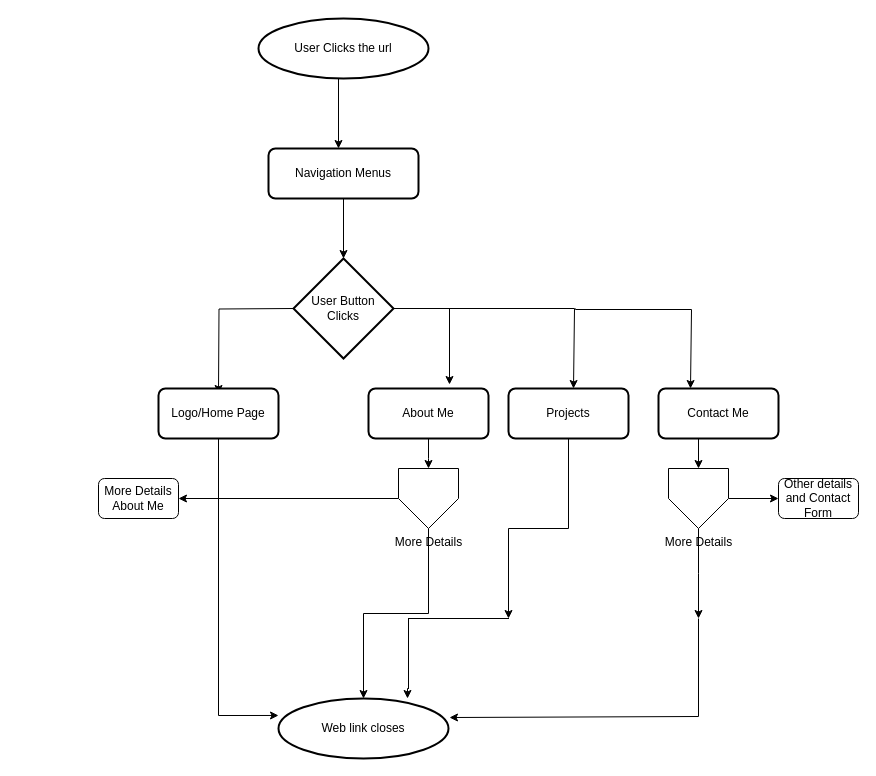
Before: Assets/workflow/my.drawio in SamuelOkoduwa/alx_capstone_project, a draw.io diagram. Source tidied: cells renumbered, new cells numbered last; positions are measured from the earlier drawing's top-left corner, leaving out a move shared by most shapes. Both pictures are drawn from the tidied source at 100%, with x=0, y=0 at pixel (98, 18).
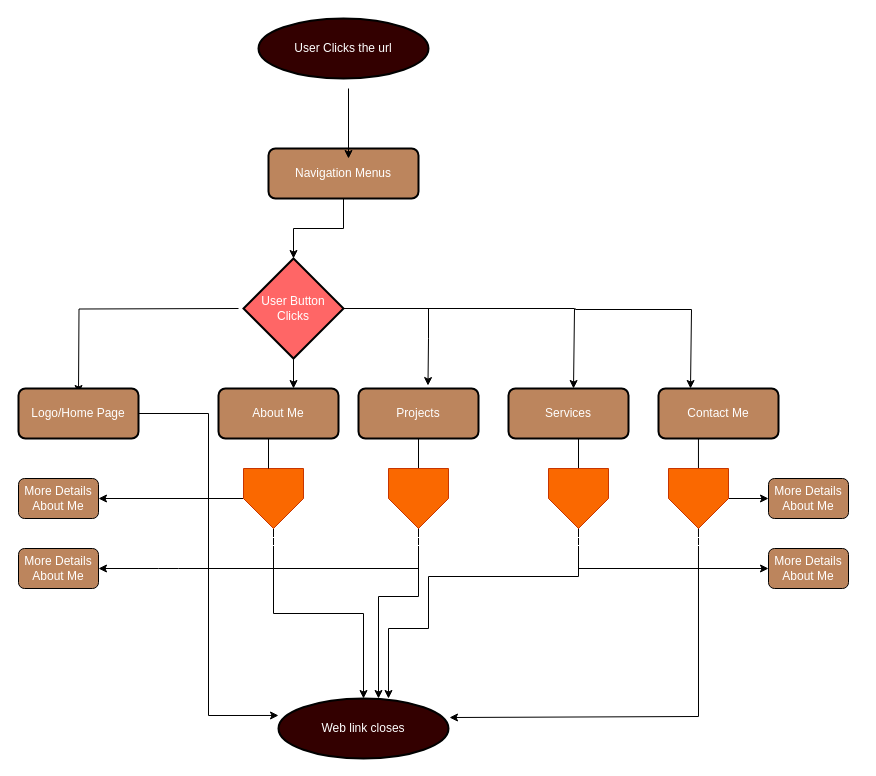
The same diagram, later.

The edit, as a diff of the source:
```diff
@@
     <mxCell id="2" style="edgeStyle=orthogonalEdgeStyle;rounded=0;orthogonalLoop=1;jettySize=auto;html=1;" parent="1" edge="1">
       <mxGeometry relative="1" as="geometry">
-        <mxPoint x="195" y="290" as="sourcePoint" />
-        <mxPoint x="120" y="375" as="targetPoint" />
+        <mxPoint x="140" y="290" as="sourcePoint" />
+        <mxPoint x="-20" y="375" as="targetPoint" />
       </mxGeometry>
     </mxCell>
-    <mxCell id="3" style="edgeStyle=orthogonalEdgeStyle;rounded=0;orthogonalLoop=1;jettySize=auto;html=1;" parent="1" edge="1">
+    <mxCell id="3" style="edgeStyle=orthogonalEdgeStyle;rounded=0;jettySize=auto;html=1;entryX=0.579;entryY=-0.059;entryDx=0;entryDy=0;entryPerimeter=0;" parent="1" edge="1" target="33">
       <mxGeometry relative="1" as="geometry">
-        <mxPoint x="240" y="60" as="sourcePoint" />
-        <mxPoint x="240" y="130" as="targetPoint" />
+        <mxPoint x="330" y="290" as="sourcePoint" />
+        <Array as="points">
+          <mxPoint x="330" y="320" />
+        </Array>
       </mxGeometry>
     </mxCell>
@@
-    <mxCell id="5" value="Navigation Menus" style="rounded=1;whiteSpace=wrap;html=1;absoluteArcSize=1;arcSize=14;strokeWidth=2;" parent="1" vertex="1">
+    <mxCell id="5" value="&lt;font color=&quot;#ffffff&quot;&gt;Navigation Menus&lt;/font&gt;" style="rounded=1;whiteSpace=wrap;html=1;absoluteArcSize=1;arcSize=14;strokeWidth=2;fillColor=#BC855D;" parent="1" vertex="1">
       <mxGeometry x="170" y="130" width="150" height="50" as="geometry" />
     </mxCell>
@@
-    <mxCell id="7" style="edgeStyle=orthogonalEdgeStyle;rounded=0;orthogonalLoop=1;jettySize=auto;html=1;" parent="1" edge="1">
+    <mxCell id="7" style="edgeStyle=orthogonalEdgeStyle;rounded=0;jettySize=auto;html=1;exitX=1;exitY=0.5;exitDx=0;exitDy=0;exitPerimeter=0;" parent="1" edge="1" source="9">
       <mxGeometry relative="1" as="geometry">
-        <mxPoint x="350" y="290" as="sourcePoint" />
         <mxPoint x="475" y="370" as="targetPoint" />
         <Array as="points">
           <mxPoint x="476" y="290" />
         </Array>
       </mxGeometry>
     </mxCell>
-    <mxCell id="8" style="edgeStyle=orthogonalEdgeStyle;rounded=0;jettySize=auto;html=1;entryX=0.675;entryY=-0.08;entryDx=0;entryDy=0;entryPerimeter=0;" parent="1" edge="1" source="9" target="12">
-      <mxGeometry relative="1" as="geometry">
-        <Array as="points">
-          <mxPoint x="351" y="290" />
-        </Array>
-      </mxGeometry>
-    </mxCell>
+    <mxCell id="32" style="edgeStyle=none;html=1;entryX=0.542;entryY=0.2;entryDx=0;entryDy=0;entryPerimeter=0;exitX=0.5;exitY=1;exitDx=0;exitDy=0;exitPerimeter=0;" parent="1" edge="1" source="9">
+      <mxGeometry relative="1" as="geometry">
+        <mxPoint x="195" y="370" as="targetPoint" />
+      </mxGeometry>
+    </mxCell>
-    <mxCell id="9" value="User Button Clicks" style="strokeWidth=2;html=1;shape=mxgraph.flowchart.decision;whiteSpace=wrap;" parent="1" vertex="1">
-      <mxGeometry x="195" y="240" width="100" height="100" as="geometry" />
+    <mxCell id="9" value="&lt;font color=&quot;#ffffff&quot;&gt;User Button Clicks&lt;/font&gt;" style="strokeWidth=2;html=1;shape=mxgraph.flowchart.decision;whiteSpace=wrap;fillColor=#FF6666;" parent="1" vertex="1">
+      <mxGeometry x="145" y="240" width="100" height="100" as="geometry" />
     </mxCell>
-    <mxCell id="10" value="Logo/Home Page" style="rounded=1;whiteSpace=wrap;html=1;absoluteArcSize=1;arcSize=14;strokeWidth=2;" parent="1" vertex="1">
-      <mxGeometry x="60" y="370" width="120" height="50" as="geometry" />
+    <mxCell id="10" value="&lt;font color=&quot;#ffffff&quot;&gt;Logo/Home Page&lt;/font&gt;" style="rounded=1;whiteSpace=wrap;html=1;absoluteArcSize=1;arcSize=14;strokeWidth=2;fillColor=#BC855D;" parent="1" vertex="1">
+      <mxGeometry x="-80" y="370" width="120" height="50" as="geometry" />
     </mxCell>
-    <mxCell id="11" style="edgeStyle=orthogonalEdgeStyle;rounded=0;jettySize=auto;html=1;" parent="1" edge="1" source="12">
-      <mxGeometry relative="1" as="geometry">
-        <mxPoint x="330" y="450" as="targetPoint" />
-      </mxGeometry>
-    </mxCell>
-    <mxCell id="12" value="About Me" style="rounded=1;whiteSpace=wrap;html=1;absoluteArcSize=1;arcSize=14;strokeWidth=2;" parent="1" vertex="1">
-      <mxGeometry x="270" y="370" width="120" height="50" as="geometry" />
+    <mxCell id="12" value="&lt;font color=&quot;#ffffff&quot;&gt;About Me&lt;/font&gt;" style="rounded=1;whiteSpace=wrap;html=1;absoluteArcSize=1;arcSize=14;strokeWidth=2;fillColor=#BC855D;" parent="1" vertex="1">
+      <mxGeometry x="120" y="370" width="120" height="50" as="geometry" />
     </mxCell>
-    <mxCell id="13" style="edgeStyle=orthogonalEdgeStyle;rounded=0;jettySize=auto;html=1;entryX=1;entryY=0;entryDx=0;entryDy=0;" parent="1" edge="1" source="14" target="27">
-      <mxGeometry relative="1" as="geometry" />
-    </mxCell>
-    <mxCell id="14" value="Projects" style="rounded=1;whiteSpace=wrap;html=1;absoluteArcSize=1;arcSize=14;strokeWidth=2;" parent="1" vertex="1">
+    <mxCell id="14" value="&lt;font color=&quot;#ffffff&quot;&gt;Services&lt;/font&gt;" style="rounded=1;whiteSpace=wrap;html=1;absoluteArcSize=1;arcSize=14;strokeWidth=2;fillColor=#BC855D;" parent="1" vertex="1">
       <mxGeometry x="410" y="370" width="120" height="50" as="geometry" />
     </mxCell>
-    <mxCell id="15" value="Contact Me" style="rounded=1;whiteSpace=wrap;html=1;absoluteArcSize=1;arcSize=14;strokeWidth=2;" parent="1" vertex="1">
+    <mxCell id="15" value="&lt;font color=&quot;#ffffff&quot;&gt;Contact Me&lt;/font&gt;" style="rounded=1;whiteSpace=wrap;html=1;absoluteArcSize=1;arcSize=14;strokeWidth=2;fillColor=#BC855D;" parent="1" vertex="1">
       <mxGeometry x="560" y="370" width="120" height="50" as="geometry" />
     </mxCell>
@@
-    <mxCell id="18" value="More Details" style="verticalLabelPosition=bottom;verticalAlign=top;html=1;shape=offPageConnector;rounded=0;size=0.5;" parent="1" vertex="1">
-      <mxGeometry x="300" y="450" width="60" height="60" as="geometry" />
+    <mxCell id="18" value="&lt;font color=&quot;#ffffff&quot;&gt;More Details&lt;/font&gt;" style="verticalLabelPosition=bottom;verticalAlign=top;html=1;shape=offPageConnector;rounded=0;size=0.5;fillColor=#fa6800;fontColor=#000000;strokeColor=#C73500;" parent="1" vertex="1">
+      <mxGeometry x="145" y="450" width="60" height="60" as="geometry" />
     </mxCell>
-    <mxCell id="19" style="edgeStyle=orthogonalEdgeStyle;rounded=0;orthogonalLoop=1;jettySize=auto;html=1;" parent="1" edge="1">
-      <mxGeometry relative="1" as="geometry">
-        <mxPoint x="600" y="420" as="sourcePoint" />
-        <mxPoint x="600" y="450" as="targetPoint" />
-      </mxGeometry>
-    </mxCell>
-    <mxCell id="20" style="edgeStyle=orthogonalEdgeStyle;rounded=0;jettySize=auto;html=1;exitX=0.5;exitY=1;exitDx=0;exitDy=0;" parent="1" edge="1" source="22">
-      <mxGeometry relative="1" as="geometry">
-        <mxPoint x="600" y="600" as="targetPoint" />
-      </mxGeometry>
-    </mxCell>
-    <mxCell id="21" style="edgeStyle=none;html=1;" parent="1" edge="1" source="22">
-      <mxGeometry relative="1" as="geometry">
-        <mxPoint x="680" y="480" as="targetPoint" />
-      </mxGeometry>
-    </mxCell>
-    <mxCell id="22" value="More Details" style="verticalLabelPosition=bottom;verticalAlign=top;html=1;shape=offPageConnector;rounded=0;size=0.5;" parent="1" vertex="1">
-      <mxGeometry x="570" y="450" width="60" height="60" as="geometry" />
-    </mxCell>
-    <mxCell id="23" value="User Clicks the url" style="strokeWidth=2;html=1;shape=mxgraph.flowchart.start_1;whiteSpace=wrap;" parent="1" vertex="1">
+    <mxCell id="23" value="&lt;font style=&quot;&quot; color=&quot;#ffffff&quot;&gt;User Clicks the url&lt;/font&gt;" style="strokeWidth=2;html=1;shape=mxgraph.flowchart.start_1;whiteSpace=wrap;fillColor=#330000;" parent="1" vertex="1">
       <mxGeometry x="160" width="170" height="60" as="geometry" />
     </mxCell>
-    <mxCell id="24" value="Web link closes" style="strokeWidth=2;html=1;shape=mxgraph.flowchart.start_1;whiteSpace=wrap;" parent="1" vertex="1">
+    <mxCell id="24" value="&lt;font color=&quot;#ffffff&quot;&gt;Web link closes&lt;/font&gt;" style="strokeWidth=2;html=1;shape=mxgraph.flowchart.start_1;whiteSpace=wrap;fillColor=#330000;" parent="1" vertex="1">
       <mxGeometry x="180" y="680" width="170" height="60" as="geometry" />
     </mxCell>
@@
-    <mxCell id="26" style="edgeStyle=orthogonalEdgeStyle;rounded=0;jettySize=auto;html=1;entryX=1.006;entryY=0.317;entryDx=0;entryDy=0;entryPerimeter=0;" parent="1" edge="1" target="24">
+    <mxCell id="26" style="edgeStyle=orthogonalEdgeStyle;rounded=0;jettySize=auto;html=1;entryX=1.006;entryY=0.317;entryDx=0;entryDy=0;entryPerimeter=0;exitX=0.333;exitY=1;exitDx=0;exitDy=0;exitPerimeter=0;" parent="1" edge="1" source="15" target="24">
       <mxGeometry relative="1" as="geometry">
-        <mxPoint x="600" y="600" as="sourcePoint" />
         <Array as="points">
           <mxPoint x="600" y="698" />
         </Array>
       </mxGeometry>
     </mxCell>
-    <mxCell id="27" style="shape=partialRectangle;whiteSpace=wrap;html=1;bottom=0;right=0;fillColor=none;" parent="1" vertex="1">
-      <mxGeometry x="310" y="600" width="100" height="70" as="geometry" />
-    </mxCell>
-    <mxCell id="28" style="edgeStyle=orthogonalEdgeStyle;rounded=0;jettySize=auto;html=1;exitX=0;exitY=1;exitDx=0;exitDy=0;entryX=0.759;entryY=0;entryDx=0;entryDy=0;entryPerimeter=0;" parent="1" edge="1" source="27" target="24">
-      <mxGeometry relative="1" as="geometry" />
-    </mxCell>
@@
-    <mxCell id="30" value="More Details About Me" style="rounded=1;whiteSpace=wrap;html=1;" parent="1" vertex="1">
-      <mxGeometry y="460" width="80" height="40" as="geometry" />
+    <mxCell id="30" value="&lt;font color=&quot;#ffffff&quot;&gt;More Details About Me&lt;/font&gt;" style="rounded=1;whiteSpace=wrap;html=1;fillColor=#BC855D;" parent="1" vertex="1">
+      <mxGeometry x="-80" y="460" width="80" height="40" as="geometry" />
     </mxCell>
-    <mxCell id="31" value="Other details and Contact Form" style="rounded=1;whiteSpace=wrap;html=1;" parent="1" vertex="1">
-      <mxGeometry x="680" y="460" width="80" height="40" as="geometry" />
-    </mxCell>
+    <mxCell id="33" value="&lt;font color=&quot;#ffffff&quot;&gt;Projects&lt;/font&gt;" style="rounded=1;whiteSpace=wrap;html=1;absoluteArcSize=1;arcSize=14;strokeWidth=2;fillColor=#BC855D;" parent="1" vertex="1">
+      <mxGeometry x="260" y="370" width="120" height="50" as="geometry" />
+    </mxCell>
+    <mxCell id="34" style="edgeStyle=orthogonalEdgeStyle;rounded=0;jettySize=auto;html=1;exitX=0.5;exitY=1;exitDx=0;exitDy=0;exitPerimeter=0;" parent="1" edge="1" source="33">
+      <mxGeometry relative="1" as="geometry">
+        <mxPoint x="280" y="680" as="targetPoint" />
+        <Array as="points">
+          <mxPoint x="320" y="578" />
+          <mxPoint x="280" y="578" />
+        </Array>
+      </mxGeometry>
+    </mxCell>
+    <mxCell id="35" style="edgeStyle=orthogonalEdgeStyle;rounded=0;jettySize=auto;html=1;entryX=0.647;entryY=0;entryDx=0;entryDy=0;entryPerimeter=0;" parent="1" edge="1" target="24">
+      <mxGeometry relative="1" as="geometry">
+        <mxPoint x="480" y="420" as="sourcePoint" />
+        <Array as="points">
+          <mxPoint x="480" y="558" />
+          <mxPoint x="330" y="558" />
+          <mxPoint x="330" y="610" />
+          <mxPoint x="290" y="610" />
+        </Array>
+      </mxGeometry>
+    </mxCell>
+    <mxCell id="36" style="edgeStyle=orthogonalEdgeStyle;rounded=0;orthogonalLoop=1;jettySize=auto;html=1;" parent="1" edge="1">
+      <mxGeometry relative="1" as="geometry">
+        <mxPoint x="250" y="70" as="sourcePoint" />
+        <mxPoint x="250" y="140" as="targetPoint" />
+      </mxGeometry>
+    </mxCell>
+    <mxCell id="37" value="&lt;font color=&quot;#ffffff&quot;&gt;More Details&lt;/font&gt;" style="verticalLabelPosition=bottom;verticalAlign=top;html=1;shape=offPageConnector;rounded=0;size=0.5;fillColor=#fa6800;fontColor=#000000;strokeColor=#C73500;" parent="1" vertex="1">
+      <mxGeometry x="290" y="450" width="60" height="60" as="geometry" />
+    </mxCell>
+    <mxCell id="38" value="&lt;font color=&quot;#ffffff&quot;&gt;More Details&lt;/font&gt;" style="verticalLabelPosition=bottom;verticalAlign=top;html=1;shape=offPageConnector;rounded=0;size=0.5;fillColor=#fa6800;fontColor=#000000;strokeColor=#C73500;" parent="1" vertex="1">
+      <mxGeometry x="450" y="450" width="60" height="60" as="geometry" />
+    </mxCell>
+    <mxCell id="39" style="edgeStyle=none;html=1;fontColor=#FFFFFF;" parent="1" edge="1" source="40" target="43">
+      <mxGeometry relative="1" as="geometry" />
+    </mxCell>
+    <mxCell id="40" value="&lt;font color=&quot;#ffffff&quot;&gt;More Details&lt;/font&gt;" style="verticalLabelPosition=bottom;verticalAlign=top;html=1;shape=offPageConnector;rounded=0;size=0.5;fillColor=#fa6800;fontColor=#000000;strokeColor=#C73500;" parent="1" vertex="1">
+      <mxGeometry x="570" y="450" width="60" height="60" as="geometry" />
+    </mxCell>
+    <mxCell id="41" value="&lt;font color=&quot;#ffffff&quot;&gt;More Details About Me&lt;/font&gt;" style="rounded=1;whiteSpace=wrap;html=1;fillColor=#BC855D;" parent="1" vertex="1">
+      <mxGeometry x="-80" y="530" width="80" height="40" as="geometry" />
+    </mxCell>
+    <mxCell id="42" style="edgeStyle=none;html=1;" parent="1" edge="1">
+      <mxGeometry relative="1" as="geometry">
+        <mxPoint x="320" y="550" as="sourcePoint" />
+        <mxPoint y="550" as="targetPoint" />
+        <Array as="points">
+          <mxPoint x="70" y="550" />
+        </Array>
+      </mxGeometry>
+    </mxCell>
+    <mxCell id="43" value="&lt;font color=&quot;#ffffff&quot;&gt;More Details About Me&lt;/font&gt;" style="rounded=1;whiteSpace=wrap;html=1;fillColor=#BC855D;" parent="1" vertex="1">
+      <mxGeometry x="670" y="460" width="80" height="40" as="geometry" />
+    </mxCell>
+    <mxCell id="44" style="edgeStyle=none;html=1;fontColor=#FFFFFF;entryX=0;entryY=0.5;entryDx=0;entryDy=0;entryPerimeter=0;" parent="1" edge="1" target="45">
+      <mxGeometry relative="1" as="geometry">
+        <mxPoint x="480" y="550" as="sourcePoint" />
+      </mxGeometry>
+    </mxCell>
+    <mxCell id="45" value="&lt;font color=&quot;#ffffff&quot;&gt;More Details About Me&lt;/font&gt;" style="rounded=1;whiteSpace=wrap;html=1;fillColor=#BC855D;" parent="1" vertex="1">
+      <mxGeometry x="670" y="530" width="80" height="40" as="geometry" />
+    </mxCell>
+    <mxCell id="46" style="endArrow=none;html=1;fontColor=#FFFFFF;" parent="1" edge="1">
+      <mxGeometry relative="1" as="geometry">
+        <mxPoint x="170" y="450" as="sourcePoint" />
+        <mxPoint x="170" y="420" as="targetPoint" />
+        <Array as="points">
+          <mxPoint x="170" y="420" />
+        </Array>
+      </mxGeometry>
+    </mxCell>
```
